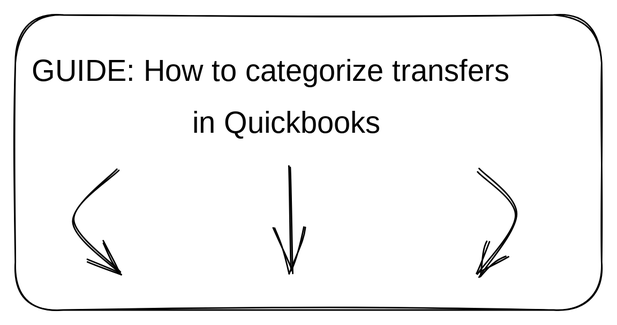
YourBigBank/MVaP-Workspace keeps this Excalidraw diagram as .gitbook/assets/file.excalidraw (1).svg. Above is the earlier version. Source tidied: one line per element, renumbered; positions are measured from the earlier drawing's top-left corner, leaving out a move shared by most shapes.
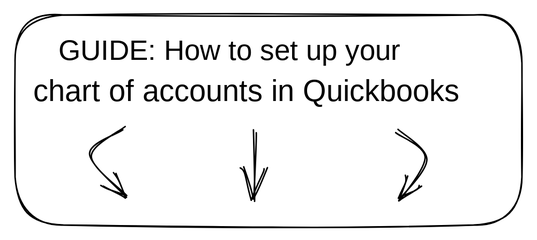
After the commit.

What changed in the source:
```diff
@@ -1,6 +1,6 @@
-{"id": 0, "type": "rectangle", "strokeColor": "#000000", "strokeWidth": 1, "roughness": 1, "round": true, "x": 0, "y": 0, "width": 391, "height": 197}
-{"id": 1, "type": "text", "text": "GUIDE: How to categorize transfers", "strokeColor": "#000000", "strokeWidth": 1, "roughness": 1, "fontSize": 20, "fontFamily": 1, "x": 11, "y": 26, "width": 367, "height": 25}
-{"id": 2, "type": "text", "text": "in Quickbooks", "strokeColor": "#000000", "strokeWidth": 1, "roughness": 1, "fontSize": 20, "fontFamily": 1, "x": 118, "y": 60, "width": 126, "height": 25}
-{"id": 3, "type": "arrow", "strokeColor": "#000000", "strokeWidth": 1, "roughness": 1, "endArrowhead": "arrow", "round": true, "x": 182, "y": 102, "width": 3, "height": 70, "points": [[0, 0], [3, 70]]}
-{"id": 4, "type": "arrow", "strokeColor": "#000000", "strokeWidth": 1, "roughness": 1, "endArrowhead": "arrow", "round": true, "x": 309, "y": 103, "width": 26, "height": 71, "points": [[0, 0], [26, 31], [1, 71]]}
-{"id": 5, "type": "arrow", "strokeColor": "#000000", "strokeWidth": 1, "roughness": 1, "endArrowhead": "arrow", "round": true, "x": 69, "y": 103, "width": 31, "height": 70, "points": [[0, 0], [-30, 33], [1, 70]]}
+{"id": 6, "type": "text", "text": "GUIDE: How to set up your  ", "strokeColor": "#000000", "strokeWidth": 1, "roughness": 1, "fontSize": 19.02, "fontFamily": 1, "x": 33, "y": 27, "width": 282, "height": 24}
+{"id": 7, "type": "rectangle", "strokeColor": "#000000", "strokeWidth": 1, "roughness": 1, "round": true, "x": 4, "y": 14, "width": 338, "height": 140}
+{"id": 8, "type": "text", "text": "chart of accounts in Quickbooks", "strokeColor": "#000000", "strokeWidth": 1, "roughness": 1, "fontSize": 20, "fontFamily": 1, "x": 17, "y": 53, "width": 318, "height": 25}
+{"id": 9, "type": "arrow", "strokeColor": "#000000", "strokeWidth": 1, "roughness": 1, "endArrowhead": "arrow", "round": true, "from": 8, "x": 164, "y": 92, "width": 1, "height": 46, "points": [[0, 0], [-1, 46]]}
+{"id": 10, "type": "arrow", "strokeColor": "#000000", "strokeWidth": 1, "roughness": 1, "endArrowhead": "arrow", "round": true, "from": 8, "x": 260, "y": 91, "width": 19, "height": 46, "points": [[0, 0], [19, 18], [0, 46]]}
+{"id": 11, "type": "arrow", "strokeColor": "#000000", "strokeWidth": 1, "roughness": 1, "endArrowhead": "arrow", "round": true, "from": 8, "x": 78, "y": 89, "width": 22, "height": 46, "points": [[0, 0], [-22, 18], [0, 46]]}
```
